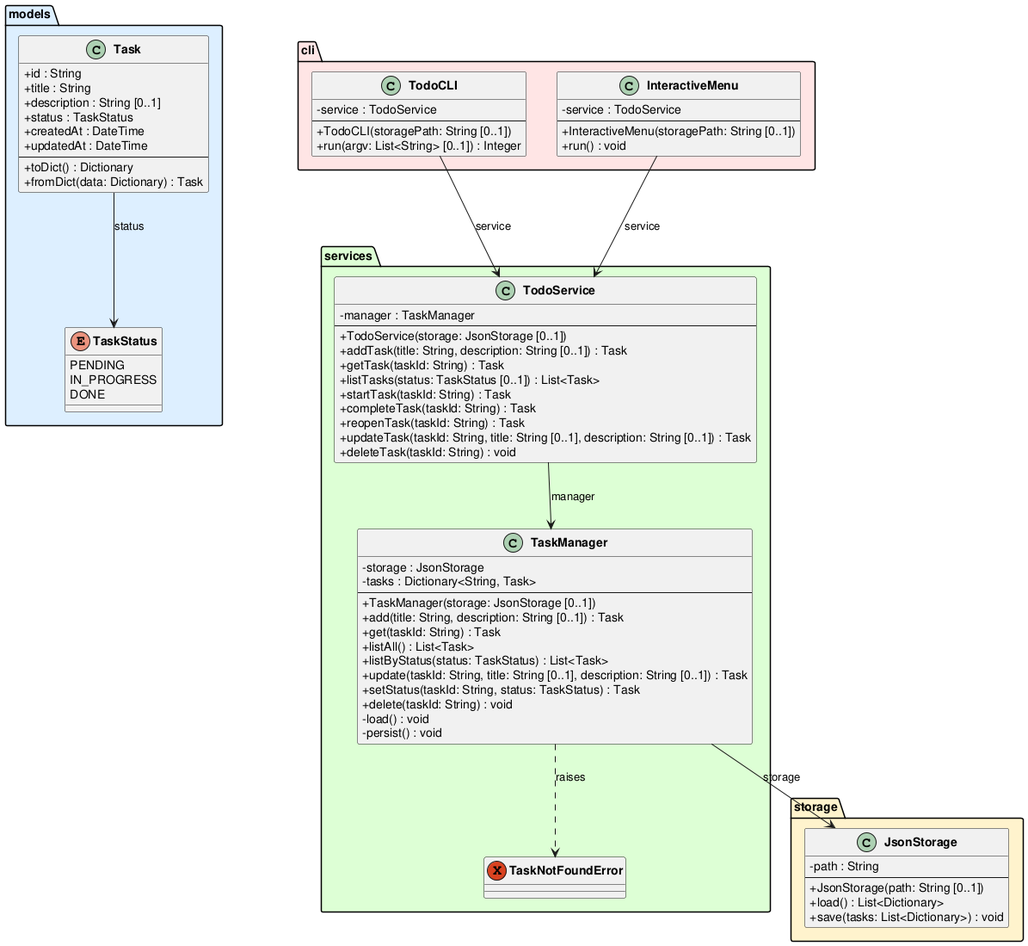
This is experiments/pipeline/user_stories/TODO/artifacts/class_diagram.png from DanielRiha8906/Software_autoevolution_using_agents, a PlantUML export, as it was before one commit. Source of this version:
```plantuml
@startuml class_diagram

skinparam classAttributeIconSize 0
skinparam classFontStyle bold

package "models" #DDEEFF {
    enum TaskStatus {
        PENDING
        IN_PROGRESS
        DONE
    }

    class Task {
        +id : String
        +title : String
        +description : String [0..1]
        +status : TaskStatus
        +createdAt : DateTime
        +updatedAt : DateTime
        --
        +toDict() : Dictionary
        +fromDict(data: Dictionary) : Task
    }
}

package "storage" #FFF3CC {
    class JsonStorage {
        -path : String
        --
        +JsonStorage(path: String [0..1])
        +load() : List<Dictionary>
        +save(tasks: List<Dictionary>) : void
    }
}

package "services" #DDFFD4 {
    exception TaskNotFoundError

    class TaskManager {
        -storage : JsonStorage
        -tasks : Dictionary<String, Task>
        --
        +TaskManager(storage: JsonStorage [0..1])
        +add(title: String, description: String [0..1]) : Task
        +get(taskId: String) : Task
        +listAll() : List<Task>
        +listByStatus(status: TaskStatus) : List<Task>
        +update(taskId: String, title: String [0..1], description: String [0..1]) : Task
        +setStatus(taskId: String, status: TaskStatus) : Task
        +delete(taskId: String) : void
        -load() : void
        -persist() : void
    }

    class TodoService {
        -manager : TaskManager
        --
        +TodoService(storage: JsonStorage [0..1])
        +addTask(title: String, description: String [0..1]) : Task
        +getTask(taskId: String) : Task
        +listTasks(status: TaskStatus [0..1]) : List<Task>
        +startTask(taskId: String) : Task
        +completeTask(taskId: String) : Task
        +reopenTask(taskId: String) : Task
        +updateTask(taskId: String, title: String [0..1], description: String [0..1]) : Task
        +deleteTask(taskId: String) : void
    }
}

package "cli" #FFE5E5 {
    class TodoCLI {
        -service : TodoService
        --
        +TodoCLI(storagePath: String [0..1])
        +run(argv: List<String> [0..1]) : Integer
    }

    class InteractiveMenu {
        -service : TodoService
        --
        +InteractiveMenu(storagePath: String [0..1])
        +run() : void
    }
}

Task --> TaskStatus : status
TaskManager --> JsonStorage : storage
TaskManager ..> TaskNotFoundError : raises
TodoService --> TaskManager : manager
TodoCLI --> TodoService : service
InteractiveMenu --> TodoService : service

@enduml
```
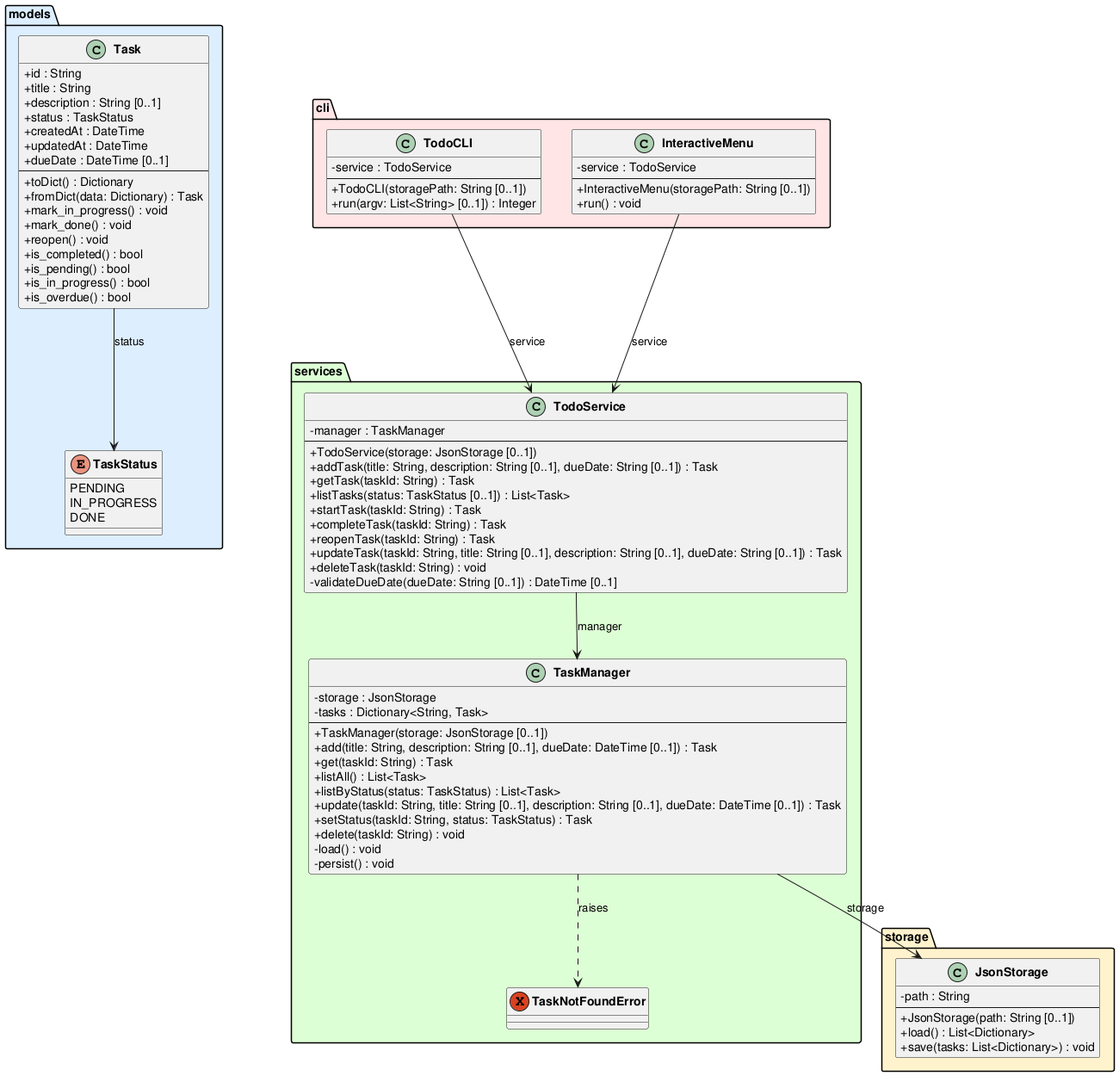
After the commit.

Change to the diagram source:
```diff
@@ -17,9 +17,17 @@
         +status : TaskStatus
         +createdAt : DateTime
         +updatedAt : DateTime
+        +dueDate : DateTime [0..1]
         --
         +toDict() : Dictionary
         +fromDict(data: Dictionary) : Task
+        +mark_in_progress() : void
+        +mark_done() : void
+        +reopen() : void
+        +is_completed() : bool
+        +is_pending() : bool
+        +is_in_progress() : bool
+        +is_overdue() : bool
     }
 }
 
@@ -41,11 +49,11 @@
         -tasks : Dictionary<String, Task>
         --
         +TaskManager(storage: JsonStorage [0..1])
-        +add(title: String, description: String [0..1]) : Task
+        +add(title: String, description: String [0..1], dueDate: DateTime [0..1]) : Task
         +get(taskId: String) : Task
         +listAll() : List<Task>
         +listByStatus(status: TaskStatus) : List<Task>
-        +update(taskId: String, title: String [0..1], description: String [0..1]) : Task
+        +update(taskId: String, title: String [0..1], description: String [0..1], dueDate: DateTime [0..1]) : Task
         +setStatus(taskId: String, status: TaskStatus) : Task
         +delete(taskId: String) : void
         -load() : void
@@ -56,14 +64,15 @@
         -manager : TaskManager
         --
         +TodoService(storage: JsonStorage [0..1])
-        +addTask(title: String, description: String [0..1]) : Task
+        +addTask(title: String, description: String [0..1], dueDate: String [0..1]) : Task
         +getTask(taskId: String) : Task
         +listTasks(status: TaskStatus [0..1]) : List<Task>
         +startTask(taskId: String) : Task
         +completeTask(taskId: String) : Task
         +reopenTask(taskId: String) : Task
-        +updateTask(taskId: String, title: String [0..1], description: String [0..1]) : Task
+        +updateTask(taskId: String, title: String [0..1], description: String [0..1], dueDate: String [0..1]) : Task
         +deleteTask(taskId: String) : void
+        -validateDueDate(dueDate: String [0..1]) : DateTime [0..1]
     }
 }
 
```
